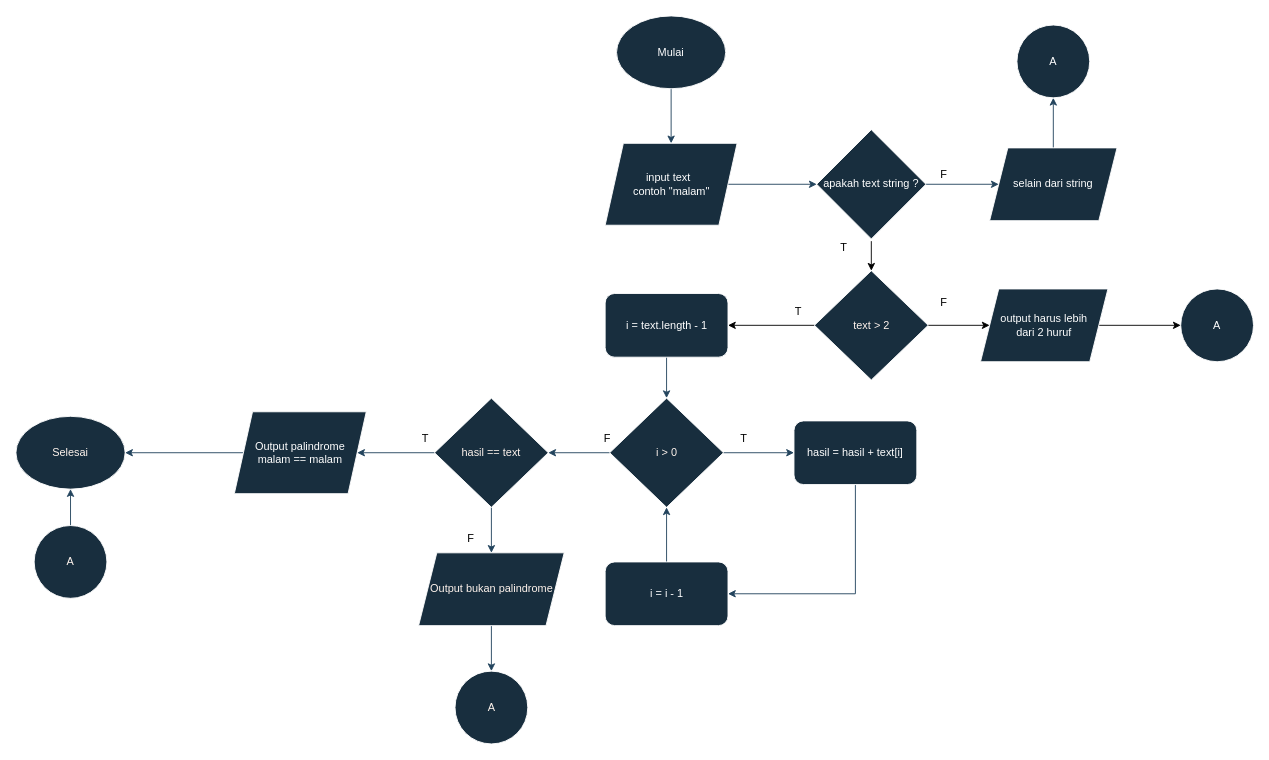
The draw.io diagram flowchart/palindrome (1).drawio in redhadefinto/logic-basic, before the edit. Source tidied: cells renumbered, new cells numbered last; positions are measured from the earlier drawing's top-left corner, leaving out a move shared by most shapes. Both pictures are drawn from the tidied source at 91%, with x=0, y=0 at pixel (15, 15).
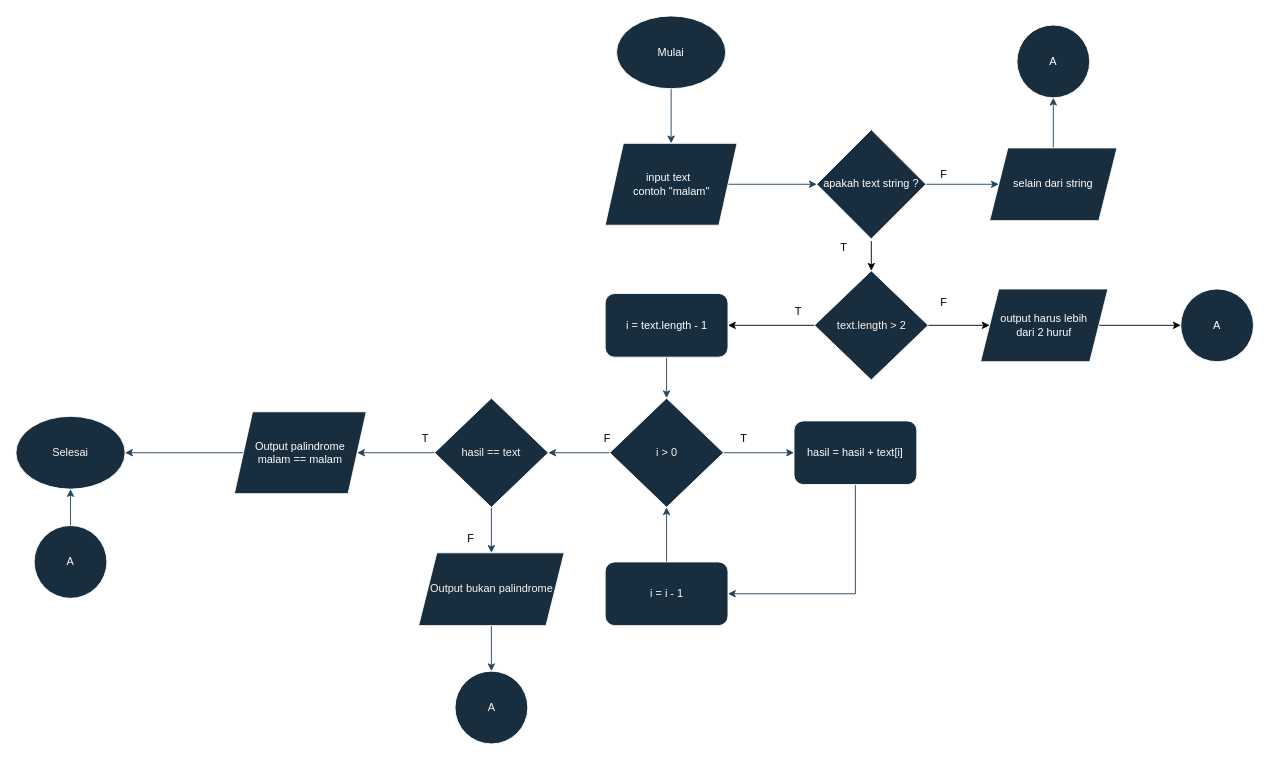
The same diagram, later.

What changed in the source:
```diff
@@
-    <mxCell id="38" value="&lt;font color=&quot;#fff4ed&quot;&gt;text &amp;gt; 2&lt;br&gt;&lt;/font&gt;" style="rhombus;whiteSpace=wrap;html=1;strokeColor=#FFFFFF;fontColor=#000000;fillColor=#182E3E;" parent="1" vertex="1">
+    <mxCell id="38" value="&lt;font color=&quot;#fff4ed&quot;&gt;text.length &amp;gt; 2&lt;br&gt;&lt;/font&gt;" style="rhombus;whiteSpace=wrap;html=1;strokeColor=#FFFFFF;fontColor=#000000;fillColor=#182E3E;" parent="1" vertex="1">
       <mxGeometry x="877.5" y="280" width="125" height="120" as="geometry" />
     </mxCell>
```
